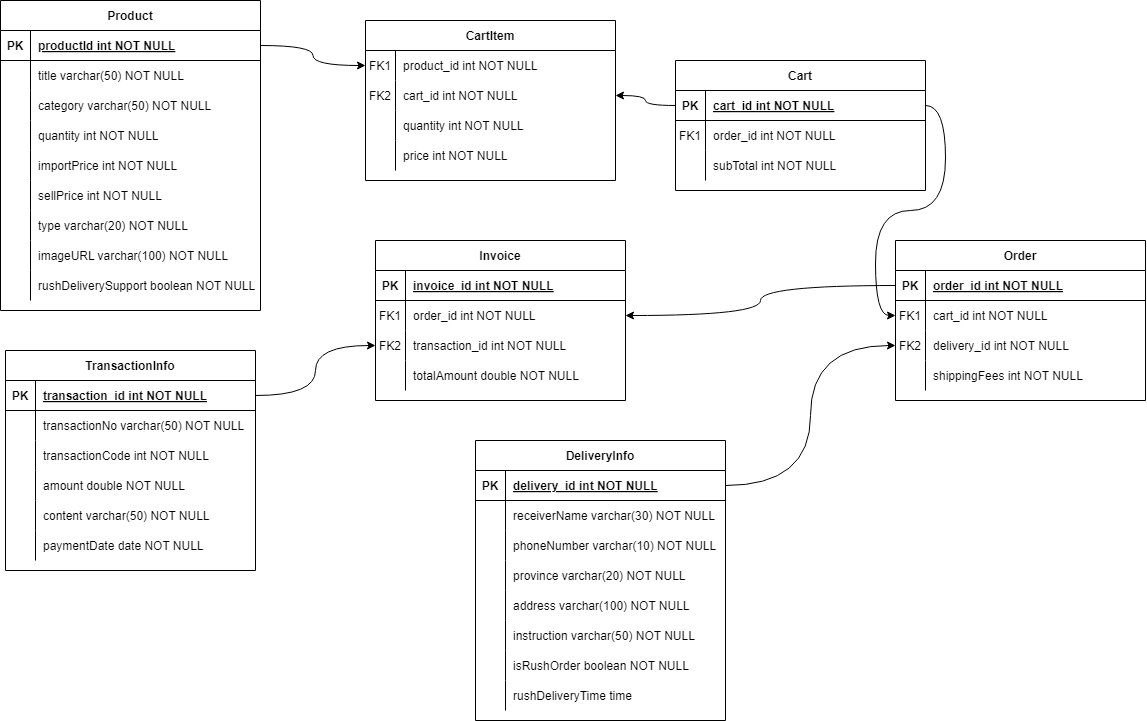
This is Program Design/Database Design/AIMS_LogicalDatabase.png from an810/ISD.ICT.20232.01, a draw.io export, as it was before one commit. Source tidied: cells renumbered, new cells last; positions are measured from the earlier drawing's top-left corner, leaving out a move shared by most shapes.
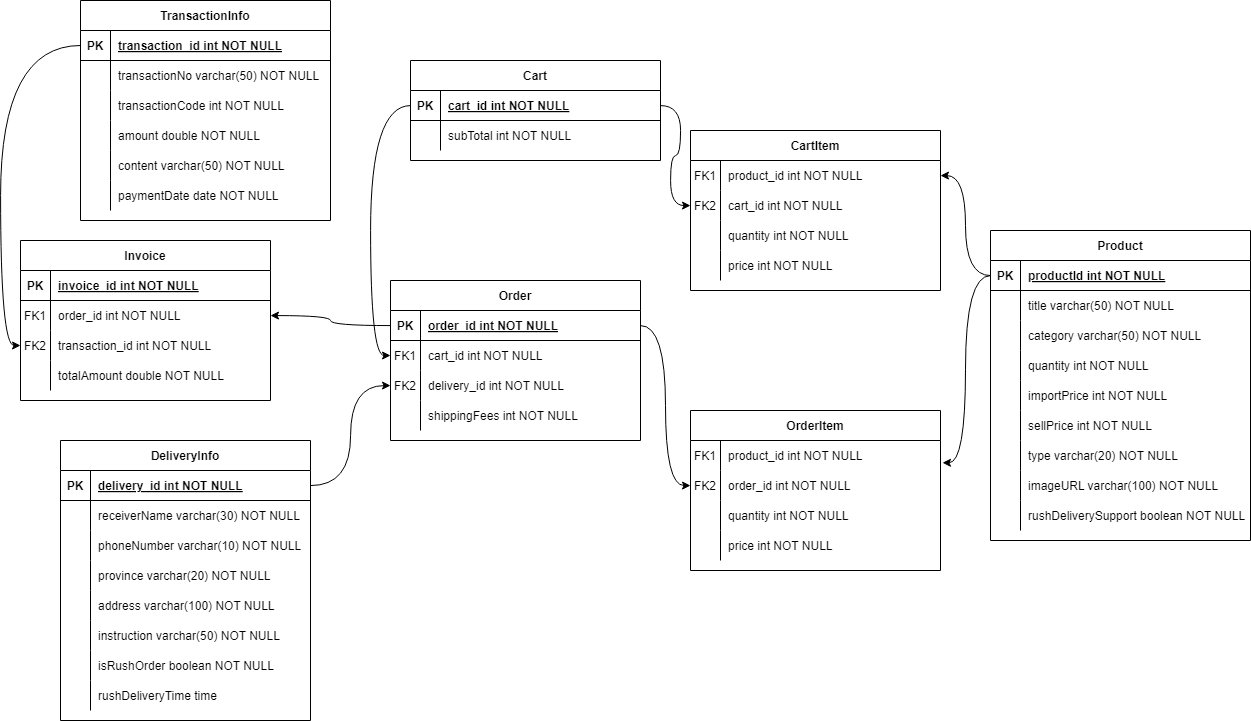
After the change.

What changed in the source:
```diff
@@ -3,7 +3,7 @@
     <mxCell id="0" />
     <mxCell id="1" parent="0" />
     <mxCell id="2" value="CartItem" style="shape=table;startSize=30;rowLines=0;fontStyle=1;align=center;" parent="1" vertex="1">
-      <mxGeometry x="365" y="20" width="250" height="160" as="geometry" />
+      <mxGeometry x="1050" y="190" width="250" height="160" as="geometry" />
     </mxCell>
     <mxCell id="3" style="shape=partialRectangle;fillColor=none;points=[[0,0.5],[1,0.5]];portConstraint=eastwest;top=0;left=0;right=0;bottom=0;" parent="2" vertex="1">
       <mxGeometry y="30" width="250" height="30" as="geometry" />
@@ -42,7 +42,7 @@
       <mxGeometry x="30" width="220" height="30" as="geometry" />
     </mxCell>
     <mxCell id="15" value="Order" style="shape=table;startSize=30;rowLines=0;fontStyle=1;align=center;" parent="1" vertex="1">
-      <mxGeometry x="895" y="240" width="250" height="160" as="geometry" />
+      <mxGeometry x="750" y="340" width="250" height="160" as="geometry" />
     </mxCell>
     <mxCell id="16" style="shape=partialRectangle;fillColor=none;points=[[0,0.5],[1,0.5]];portConstraint=eastwest;top=0;left=0;right=0;bottom=1;" parent="15" vertex="1">
       <mxGeometry y="30" width="250" height="30" as="geometry" />
@@ -81,7 +81,7 @@
       <mxGeometry x="30" width="220" height="30" as="geometry" />
     </mxCell>
     <mxCell id="28" value="Product" style="shape=table;startSize=30;rowLines=0;fontStyle=1;align=center;" parent="1" vertex="1">
-      <mxGeometry width="260" height="310" as="geometry" />
+      <mxGeometry x="1350" y="290" width="260" height="310" as="geometry" />
     </mxCell>
     <mxCell id="29" style="shape=partialRectangle;fillColor=none;points=[[0,0.5],[1,0.5]];portConstraint=eastwest;top=0;left=0;right=0;bottom=1;" parent="28" vertex="1">
       <mxGeometry y="30" width="260" height="30" as="geometry" />
@@ -165,7 +165,7 @@
       <mxGeometry x="30" width="230" height="30" as="geometry" />
     </mxCell>
     <mxCell id="56" value="Cart" style="shape=table;startSize=30;rowLines=0;fontStyle=1;align=center;" parent="1" vertex="1">
-      <mxGeometry x="675" y="60" width="250" height="130" as="geometry" />
+      <mxGeometry x="770" y="120" width="250" height="100" as="geometry" />
     </mxCell>
     <mxCell id="57" style="shape=partialRectangle;fillColor=none;points=[[0,0.5],[1,0.5]];portConstraint=eastwest;top=0;left=0;right=0;bottom=1;" parent="56" vertex="1">
       <mxGeometry y="30" width="250" height="30" as="geometry" />
@@ -176,17 +176,8 @@
     <mxCell id="59" value="cart_id int NOT NULL " style="shape=partialRectangle;overflow=hidden;fillColor=none;top=0;left=0;bottom=0;right=0;align=left;spacingLeft=6;fontStyle=5;" parent="57" vertex="1">
       <mxGeometry x="30" width="220" height="30" as="geometry" />
     </mxCell>
-    <mxCell id="60" style="shape=partialRectangle;fillColor=none;points=[[0,0.5],[1,0.5]];portConstraint=eastwest;top=0;left=0;right=0;bottom=0;" parent="56" vertex="1">
-      <mxGeometry y="60" width="250" height="30" as="geometry" />
-    </mxCell>
-    <mxCell id="61" value="FK1" style="shape=partialRectangle;overflow=hidden;fillColor=none;top=0;left=0;bottom=0;right=0;" parent="60" vertex="1">
-      <mxGeometry width="30" height="30" as="geometry" />
-    </mxCell>
-    <mxCell id="62" value="order_id int NOT NULL" style="shape=partialRectangle;overflow=hidden;fillColor=none;top=0;left=0;bottom=0;right=0;align=left;spacingLeft=6;" parent="60" vertex="1">
-      <mxGeometry x="30" width="220" height="30" as="geometry" />
-    </mxCell>
     <mxCell id="63" style="shape=partialRectangle;fillColor=none;top=0;left=0;right=0;bottom=0;" parent="56" vertex="1">
-      <mxGeometry y="90" width="250" height="30" as="geometry" />
+      <mxGeometry y="60" width="250" height="30" as="geometry" />
     </mxCell>
     <mxCell id="64" style="shape=partialRectangle;overflow=hidden;fillColor=none;top=0;left=0;bottom=0;right=0;" parent="63" vertex="1">
       <mxGeometry width="30" height="30" as="geometry" />
@@ -195,7 +186,7 @@
       <mxGeometry x="30" width="220" height="30" as="geometry" />
     </mxCell>
     <mxCell id="66" value="DeliveryInfo" style="shape=table;startSize=30;rowLines=0;fontStyle=1;align=center;" parent="1" vertex="1">
-      <mxGeometry x="475" y="440" width="250" height="280" as="geometry" />
+      <mxGeometry x="420" y="500" width="250" height="280" as="geometry" />
     </mxCell>
     <mxCell id="67" style="shape=partialRectangle;fillColor=none;points=[[0,0.5],[1,0.5]];portConstraint=eastwest;top=0;left=0;right=0;bottom=1;" parent="66" vertex="1">
       <mxGeometry y="30" width="250" height="30" as="geometry" />
@@ -275,11 +266,11 @@
     <mxCell id="92" style="edgeStyle=orthogonalEdgeStyle;rounded=0;jettySize=auto;html=1;curved=1;" parent="1" edge="1" source="57" target="6">
       <mxGeometry relative="1" as="geometry" />
     </mxCell>
-    <mxCell id="93" style="edgeStyle=orthogonalEdgeStyle;rounded=0;jettySize=auto;html=1;curved=1;" parent="1" edge="1" source="57" target="19">
+    <mxCell id="93" style="edgeStyle=orthogonalEdgeStyle;rounded=0;jettySize=auto;html=1;curved=1;entryX=0;entryY=0.5;entryDx=0;entryDy=0;" parent="1" edge="1" source="57" target="19">
       <mxGeometry relative="1" as="geometry" />
     </mxCell>
     <mxCell id="94" value="Invoice" style="shape=table;startSize=30;rowLines=0;fontStyle=1;align=center;" parent="1" vertex="1">
-      <mxGeometry x="375" y="240" width="250" height="160" as="geometry" />
+      <mxGeometry x="380" y="300" width="250" height="160" as="geometry" />
     </mxCell>
     <mxCell id="95" style="shape=partialRectangle;fillColor=none;top=0;left=0;right=0;bottom=1;" parent="94" vertex="1">
       <mxGeometry y="30" width="250" height="30" as="geometry" />
@@ -318,7 +309,7 @@
       <mxGeometry x="30" width="220" height="30" as="geometry" />
     </mxCell>
     <mxCell id="107" value="TransactionInfo" style="shape=table;startSize=30;rowLines=0;fontStyle=1;align=center;" parent="1" vertex="1">
-      <mxGeometry x="5" y="350" width="250" height="220" as="geometry" />
+      <mxGeometry x="440" y="60" width="250" height="220" as="geometry" />
     </mxCell>
     <mxCell id="108" style="shape=partialRectangle;fillColor=none;points=[[0,0.5],[1,0.5]];portConstraint=eastwest;top=0;left=0;right=0;bottom=1;" parent="107" vertex="1">
       <mxGeometry y="30" width="250" height="30" as="geometry" />
@@ -377,11 +368,56 @@
     <mxCell id="126" style="edgeStyle=orthogonalEdgeStyle;rounded=0;jettySize=auto;html=1;curved=1;" parent="1" edge="1" source="16" target="98">
       <mxGeometry relative="1" as="geometry" />
     </mxCell>
-    <mxCell id="127" style="edgeStyle=orthogonalEdgeStyle;rounded=0;jettySize=auto;html=1;curved=1;" parent="1" edge="1" source="108" target="101">
+    <mxCell id="127" style="edgeStyle=orthogonalEdgeStyle;rounded=0;jettySize=auto;html=1;curved=1;exitX=0;exitY=0.5;exitDx=0;exitDy=0;entryX=0;entryY=0.5;entryDx=0;entryDy=0;" parent="1" edge="1" source="108" target="101">
       <mxGeometry relative="1" as="geometry" />
     </mxCell>
     <mxCell id="128" style="edgeStyle=orthogonalEdgeStyle;rounded=0;jettySize=auto;html=1;curved=1;" parent="1" edge="1" source="67" target="22">
       <mxGeometry relative="1" as="geometry" />
     </mxCell>
+    <mxCell id="129" value="OrderItem" style="shape=table;startSize=30;rowLines=0;fontStyle=1;align=center;" parent="1" vertex="1">
+      <mxGeometry x="1050" y="470" width="250" height="160" as="geometry" />
+    </mxCell>
+    <mxCell id="130" style="shape=partialRectangle;fillColor=none;points=[[0,0.5],[1,0.5]];portConstraint=eastwest;top=0;left=0;right=0;bottom=0;" parent="129" vertex="1">
+      <mxGeometry y="30" width="250" height="30" as="geometry" />
+    </mxCell>
+    <mxCell id="61" value="FK1" style="shape=partialRectangle;overflow=hidden;fillColor=none;top=0;left=0;bottom=0;right=0;" parent="130" vertex="1">
+      <mxGeometry width="30" height="30" as="geometry" />
+    </mxCell>
+    <mxCell id="131" value="product_id int NOT NULL" style="shape=partialRectangle;overflow=hidden;fillColor=none;top=0;left=0;bottom=0;right=0;align=left;spacingLeft=6;" parent="130" vertex="1">
+      <mxGeometry x="30" width="220" height="30" as="geometry" />
+    </mxCell>
+    <mxCell id="60" style="shape=partialRectangle;fillColor=none;points=[[0,0.5],[1,0.5]];portConstraint=eastwest;top=0;left=0;right=0;bottom=0;" parent="129" vertex="1">
+      <mxGeometry y="60" width="250" height="30" as="geometry" />
+    </mxCell>
+    <mxCell id="132" value="FK2" style="shape=partialRectangle;overflow=hidden;fillColor=none;top=0;left=0;bottom=0;right=0;" parent="60" vertex="1">
+      <mxGeometry width="30" height="30" as="geometry" />
+    </mxCell>
+    <mxCell id="62" value="order_id int NOT NULL" style="shape=partialRectangle;overflow=hidden;fillColor=none;top=0;left=0;bottom=0;right=0;align=left;spacingLeft=6;" parent="60" vertex="1">
+      <mxGeometry x="30" width="220" height="30" as="geometry" />
+    </mxCell>
+    <mxCell id="133" style="shape=partialRectangle;fillColor=none;top=0;left=0;right=0;bottom=0;" parent="129" vertex="1">
+      <mxGeometry y="90" width="250" height="30" as="geometry" />
+    </mxCell>
+    <mxCell id="134" style="shape=partialRectangle;overflow=hidden;fillColor=none;top=0;left=0;bottom=0;right=0;" parent="133" vertex="1">
+      <mxGeometry width="30" height="30" as="geometry" />
+    </mxCell>
+    <mxCell id="135" value="quantity int NOT NULL" style="shape=partialRectangle;overflow=hidden;fillColor=none;top=0;left=0;bottom=0;right=0;align=left;spacingLeft=6;" parent="133" vertex="1">
+      <mxGeometry x="30" width="220" height="30" as="geometry" />
+    </mxCell>
+    <mxCell id="136" style="shape=partialRectangle;fillColor=none;top=0;left=0;right=0;bottom=0;" parent="129" vertex="1">
+      <mxGeometry y="120" width="250" height="30" as="geometry" />
+    </mxCell>
+    <mxCell id="137" style="shape=partialRectangle;overflow=hidden;fillColor=none;top=0;left=0;bottom=0;right=0;" parent="136" vertex="1">
+      <mxGeometry width="30" height="30" as="geometry" />
+    </mxCell>
+    <mxCell id="138" value="price int NOT NULL" style="shape=partialRectangle;overflow=hidden;fillColor=none;top=0;left=0;bottom=0;right=0;align=left;spacingLeft=6;" parent="136" vertex="1">
+      <mxGeometry x="30" width="220" height="30" as="geometry" />
+    </mxCell>
+    <mxCell id="139" style="edgeStyle=orthogonalEdgeStyle;rounded=0;jettySize=auto;html=1;entryX=1.008;entryY=0.742;entryDx=0;entryDy=0;entryPerimeter=0;curved=1;" parent="1" edge="1" source="29" target="130">
+      <mxGeometry relative="1" as="geometry" />
+    </mxCell>
+    <mxCell id="140" style="edgeStyle=orthogonalEdgeStyle;rounded=0;jettySize=auto;html=1;curved=1;" parent="1" edge="1" source="16" target="60">
+      <mxGeometry relative="1" as="geometry" />
+    </mxCell>
   </root>
 </mxGraphModel>
```
